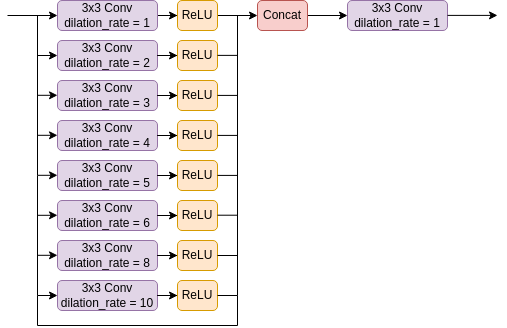
The draw.io diagram pdf/img/SPDresnet.png in LucaLumetti/CVProject, before a commit. Source tidied: cells renumbered, new cells last; positions are measured from the earlier drawing's top-left corner, leaving out a move shared by most shapes. The source it was exported from:
```xml
<mxGraphModel>
  <root>
    <mxCell id="0" />
    <mxCell id="1" parent="0" />
    <mxCell id="2" style="edgeStyle=orthogonalEdgeStyle;rounded=0;jettySize=auto;html=1;strokeWidth=1;" parent="1" edge="1" source="3" target="20">
      <mxGeometry relative="1" as="geometry" />
    </mxCell>
    <mxCell id="3" value="3x3 Conv&lt;br&gt;dilation_rate = 1" style="rounded=1;whiteSpace=wrap;html=1;fillColor=#e1d5e7;strokeColor=#9673a6;" parent="1" vertex="1">
      <mxGeometry x="50" width="100" height="30" as="geometry" />
    </mxCell>
    <mxCell id="4" value="3x3 Conv&lt;br&gt;dilation_rate = 2" style="rounded=1;whiteSpace=wrap;html=1;fillColor=#e1d5e7;strokeColor=#9673a6;" parent="1" vertex="1">
      <mxGeometry x="50" y="40" width="100" height="30" as="geometry" />
    </mxCell>
    <mxCell id="5" value="3x3 Conv&lt;br&gt;dilation_rate = 3" style="rounded=1;whiteSpace=wrap;html=1;fillColor=#e1d5e7;strokeColor=#9673a6;" parent="1" vertex="1">
      <mxGeometry x="50" y="80" width="100" height="30" as="geometry" />
    </mxCell>
    <mxCell id="6" value="3x3 Conv&lt;br&gt;dilation_rate = 4" style="rounded=1;whiteSpace=wrap;html=1;fillColor=#e1d5e7;strokeColor=#9673a6;" parent="1" vertex="1">
      <mxGeometry x="50" y="120" width="100" height="30" as="geometry" />
    </mxCell>
    <mxCell id="7" value="3x3 Conv&lt;br&gt;dilation_rate = 5" style="rounded=1;whiteSpace=wrap;html=1;fillColor=#e1d5e7;strokeColor=#9673a6;" parent="1" vertex="1">
      <mxGeometry x="50" y="160" width="100" height="30" as="geometry" />
    </mxCell>
    <mxCell id="8" value="3x3 Conv&lt;br&gt;dilation_rate = 6" style="rounded=1;whiteSpace=wrap;html=1;fillColor=#e1d5e7;strokeColor=#9673a6;" parent="1" vertex="1">
      <mxGeometry x="50" y="200" width="100" height="30" as="geometry" />
    </mxCell>
    <mxCell id="9" value="3x3 Conv&lt;br&gt;dilation_rate = 8" style="rounded=1;whiteSpace=wrap;html=1;fillColor=#e1d5e7;strokeColor=#9673a6;" parent="1" vertex="1">
      <mxGeometry x="50" y="240" width="100" height="30" as="geometry" />
    </mxCell>
    <mxCell id="10" value="3x3 Conv&lt;br&gt;dilation_rate = 10" style="rounded=1;whiteSpace=wrap;html=1;fillColor=#e1d5e7;strokeColor=#9673a6;" parent="1" vertex="1">
      <mxGeometry x="50" y="280" width="100" height="30" as="geometry" />
    </mxCell>
    <mxCell id="11" style="edgeStyle=orthogonalEdgeStyle;rounded=0;jettySize=auto;html=1;strokeWidth=1;" parent="1" edge="1" target="3">
      <mxGeometry relative="1" as="geometry">
        <mxPoint y="15" as="sourcePoint" />
      </mxGeometry>
    </mxCell>
    <mxCell id="12" style="endArrow=classic;html=1;rounded=0;strokeWidth=1;entryX=0;entryY=0.5;entryDx=0;entryDy=0;" parent="1" edge="1" target="10">
      <mxGeometry relative="1" as="geometry">
        <mxPoint x="30" y="15" as="sourcePoint" />
        <Array as="points">
          <mxPoint x="30" y="175" />
          <mxPoint x="30" y="295" />
        </Array>
      </mxGeometry>
    </mxCell>
    <mxCell id="13" style="endArrow=classic;html=1;rounded=0;strokeWidth=1;entryX=0;entryY=0.5;entryDx=0;entryDy=0;" parent="1" edge="1" target="4">
      <mxGeometry relative="1" as="geometry">
        <mxPoint x="30" y="55" as="sourcePoint" />
      </mxGeometry>
    </mxCell>
    <mxCell id="14" style="endArrow=classic;html=1;rounded=0;strokeWidth=1;entryX=0;entryY=0.5;entryDx=0;entryDy=0;" parent="1" edge="1">
      <mxGeometry relative="1" as="geometry">
        <mxPoint x="30" y="94.8" as="sourcePoint" />
        <mxPoint x="50" y="94.8" as="targetPoint" />
      </mxGeometry>
    </mxCell>
    <mxCell id="15" style="endArrow=classic;html=1;rounded=0;strokeWidth=1;entryX=0;entryY=0.5;entryDx=0;entryDy=0;" parent="1" edge="1">
      <mxGeometry relative="1" as="geometry">
        <mxPoint x="30" y="134.8" as="sourcePoint" />
        <mxPoint x="50" y="134.8" as="targetPoint" />
      </mxGeometry>
    </mxCell>
    <mxCell id="16" style="endArrow=classic;html=1;rounded=0;strokeWidth=1;entryX=0;entryY=0.5;entryDx=0;entryDy=0;" parent="1" edge="1">
      <mxGeometry relative="1" as="geometry">
        <mxPoint x="30" y="174.8" as="sourcePoint" />
        <mxPoint x="50" y="174.8" as="targetPoint" />
      </mxGeometry>
    </mxCell>
    <mxCell id="17" style="endArrow=classic;html=1;rounded=0;strokeWidth=1;entryX=0;entryY=0.5;entryDx=0;entryDy=0;" parent="1" edge="1">
      <mxGeometry relative="1" as="geometry">
        <mxPoint x="30" y="214.8" as="sourcePoint" />
        <mxPoint x="50" y="214.8" as="targetPoint" />
      </mxGeometry>
    </mxCell>
    <mxCell id="18" style="endArrow=classic;html=1;rounded=0;strokeWidth=1;entryX=0;entryY=0.5;entryDx=0;entryDy=0;" parent="1" edge="1">
      <mxGeometry relative="1" as="geometry">
        <mxPoint x="30" y="254.8" as="sourcePoint" />
        <mxPoint x="50" y="254.8" as="targetPoint" />
      </mxGeometry>
    </mxCell>
    <mxCell id="19" style="edgeStyle=orthogonalEdgeStyle;rounded=0;jettySize=auto;html=1;strokeWidth=1;" parent="1" edge="1" source="20" target="36">
      <mxGeometry relative="1" as="geometry" />
    </mxCell>
    <mxCell id="20" value="ReLU" style="rounded=1;whiteSpace=wrap;html=1;fillColor=#ffe6cc;strokeColor=#d79b00;" parent="1" vertex="1">
      <mxGeometry x="170" width="40" height="30" as="geometry" />
    </mxCell>
    <mxCell id="21" style="edgeStyle=orthogonalEdgeStyle;rounded=0;jettySize=auto;html=1;strokeWidth=1;" parent="1" edge="1" target="22">
      <mxGeometry relative="1" as="geometry">
        <mxPoint x="150" y="55" as="sourcePoint" />
      </mxGeometry>
    </mxCell>
    <mxCell id="22" value="ReLU" style="rounded=1;whiteSpace=wrap;html=1;fillColor=#ffe6cc;strokeColor=#d79b00;" parent="1" vertex="1">
      <mxGeometry x="170" y="40" width="40" height="30" as="geometry" />
    </mxCell>
    <mxCell id="23" style="edgeStyle=orthogonalEdgeStyle;rounded=0;jettySize=auto;html=1;strokeWidth=1;" parent="1" edge="1" target="24">
      <mxGeometry relative="1" as="geometry">
        <mxPoint x="150" y="95" as="sourcePoint" />
      </mxGeometry>
    </mxCell>
    <mxCell id="24" value="ReLU" style="rounded=1;whiteSpace=wrap;html=1;fillColor=#ffe6cc;strokeColor=#d79b00;" parent="1" vertex="1">
      <mxGeometry x="170" y="80" width="40" height="30" as="geometry" />
    </mxCell>
    <mxCell id="25" style="edgeStyle=orthogonalEdgeStyle;rounded=0;jettySize=auto;html=1;strokeWidth=1;" parent="1" edge="1" target="26">
      <mxGeometry relative="1" as="geometry">
        <mxPoint x="150" y="135" as="sourcePoint" />
      </mxGeometry>
    </mxCell>
    <mxCell id="26" value="ReLU" style="rounded=1;whiteSpace=wrap;html=1;fillColor=#ffe6cc;strokeColor=#d79b00;" parent="1" vertex="1">
      <mxGeometry x="170" y="120" width="40" height="30" as="geometry" />
    </mxCell>
    <mxCell id="27" style="edgeStyle=orthogonalEdgeStyle;rounded=0;jettySize=auto;html=1;strokeWidth=1;" parent="1" edge="1" target="28">
      <mxGeometry relative="1" as="geometry">
        <mxPoint x="150" y="175" as="sourcePoint" />
      </mxGeometry>
    </mxCell>
    <mxCell id="28" value="ReLU" style="rounded=1;whiteSpace=wrap;html=1;fillColor=#ffe6cc;strokeColor=#d79b00;" parent="1" vertex="1">
      <mxGeometry x="170" y="160" width="40" height="30" as="geometry" />
    </mxCell>
    <mxCell id="29" style="edgeStyle=orthogonalEdgeStyle;rounded=0;jettySize=auto;html=1;strokeWidth=1;" parent="1" edge="1" target="30">
      <mxGeometry relative="1" as="geometry">
        <mxPoint x="150" y="215" as="sourcePoint" />
      </mxGeometry>
    </mxCell>
    <mxCell id="30" value="ReLU" style="rounded=1;whiteSpace=wrap;html=1;fillColor=#ffe6cc;strokeColor=#d79b00;" parent="1" vertex="1">
      <mxGeometry x="170" y="200" width="40" height="30" as="geometry" />
    </mxCell>
    <mxCell id="31" style="edgeStyle=orthogonalEdgeStyle;rounded=0;jettySize=auto;html=1;strokeWidth=1;" parent="1" edge="1" target="32">
      <mxGeometry relative="1" as="geometry">
        <mxPoint x="150" y="255" as="sourcePoint" />
      </mxGeometry>
    </mxCell>
    <mxCell id="32" value="ReLU" style="rounded=1;whiteSpace=wrap;html=1;fillColor=#ffe6cc;strokeColor=#d79b00;" parent="1" vertex="1">
      <mxGeometry x="170" y="240" width="40" height="30" as="geometry" />
    </mxCell>
    <mxCell id="33" style="edgeStyle=orthogonalEdgeStyle;rounded=0;jettySize=auto;html=1;strokeWidth=1;" parent="1" edge="1" target="34">
      <mxGeometry relative="1" as="geometry">
        <mxPoint x="150" y="295" as="sourcePoint" />
      </mxGeometry>
    </mxCell>
    <mxCell id="34" value="ReLU" style="rounded=1;whiteSpace=wrap;html=1;fillColor=#ffe6cc;strokeColor=#d79b00;" parent="1" vertex="1">
      <mxGeometry x="170" y="280" width="40" height="30" as="geometry" />
    </mxCell>
    <mxCell id="35" style="edgeStyle=orthogonalEdgeStyle;rounded=0;jettySize=auto;html=1;entryX=0;entryY=0.5;entryDx=0;entryDy=0;strokeWidth=1;" parent="1" edge="1" source="36" target="44">
      <mxGeometry relative="1" as="geometry" />
    </mxCell>
    <mxCell id="36" value="Concat" style="rounded=1;whiteSpace=wrap;html=1;fillColor=#f8cecc;strokeColor=#b85450;" parent="1" vertex="1">
      <mxGeometry x="250" width="50" height="30" as="geometry" />
    </mxCell>
    <mxCell id="37" style="endArrow=none;html=1;rounded=0;strokeWidth=1;exitX=1;exitY=0.5;exitDx=0;exitDy=0;" parent="1" edge="1" source="34">
      <mxGeometry relative="1" as="geometry">
        <mxPoint x="230" y="15" as="targetPoint" />
        <Array as="points">
          <mxPoint x="230" y="295" />
        </Array>
      </mxGeometry>
    </mxCell>
    <mxCell id="38" style="endArrow=none;html=1;rounded=0;strokeWidth=1;exitX=1;exitY=0.5;exitDx=0;exitDy=0;" parent="1" edge="1" source="32">
      <mxGeometry relative="1" as="geometry">
        <mxPoint x="230" y="255" as="targetPoint" />
      </mxGeometry>
    </mxCell>
    <mxCell id="39" style="endArrow=none;html=1;rounded=0;strokeWidth=1;exitX=1;exitY=0.5;exitDx=0;exitDy=0;" parent="1" edge="1">
      <mxGeometry relative="1" as="geometry">
        <mxPoint x="210" y="214.7" as="sourcePoint" />
        <mxPoint x="230" y="214.7" as="targetPoint" />
      </mxGeometry>
    </mxCell>
    <mxCell id="40" style="endArrow=none;html=1;rounded=0;strokeWidth=1;exitX=1;exitY=0.5;exitDx=0;exitDy=0;" parent="1" edge="1">
      <mxGeometry relative="1" as="geometry">
        <mxPoint x="210" y="174.9" as="sourcePoint" />
        <mxPoint x="230" y="174.9" as="targetPoint" />
      </mxGeometry>
    </mxCell>
    <mxCell id="41" style="endArrow=none;html=1;rounded=0;strokeWidth=1;exitX=1;exitY=0.5;exitDx=0;exitDy=0;" parent="1" edge="1">
      <mxGeometry relative="1" as="geometry">
        <mxPoint x="210" y="134.9" as="sourcePoint" />
        <mxPoint x="230" y="134.9" as="targetPoint" />
      </mxGeometry>
    </mxCell>
    <mxCell id="42" style="endArrow=none;html=1;rounded=0;strokeWidth=1;exitX=1;exitY=0.5;exitDx=0;exitDy=0;" parent="1" edge="1">
      <mxGeometry relative="1" as="geometry">
        <mxPoint x="210" y="94.9" as="sourcePoint" />
        <mxPoint x="230" y="94.9" as="targetPoint" />
      </mxGeometry>
    </mxCell>
    <mxCell id="43" style="endArrow=none;html=1;rounded=0;strokeWidth=1;exitX=1;exitY=0.5;exitDx=0;exitDy=0;" parent="1" edge="1">
      <mxGeometry relative="1" as="geometry">
        <mxPoint x="210" y="54.9" as="sourcePoint" />
        <mxPoint x="230" y="54.9" as="targetPoint" />
      </mxGeometry>
    </mxCell>
    <mxCell id="44" value="3x3 Conv&lt;br&gt;dilation_rate = 1" style="rounded=1;whiteSpace=wrap;html=1;fillColor=#e1d5e7;strokeColor=#9673a6;" parent="1" vertex="1">
      <mxGeometry x="340" width="100" height="30" as="geometry" />
    </mxCell>
    <mxCell id="45" style="edgeStyle=orthogonalEdgeStyle;rounded=0;orthogonalLoop=1;jettySize=auto;html=1;strokeWidth=1;" parent="1" edge="1">
      <mxGeometry relative="1" as="geometry">
        <mxPoint x="440" y="14.9" as="sourcePoint" />
        <mxPoint x="490" y="14.9" as="targetPoint" />
      </mxGeometry>
    </mxCell>
    <mxCell id="46" style="endArrow=none;html=1;rounded=0;fontSize=8;endFill=0;" parent="1" edge="1">
      <mxGeometry relative="1" as="geometry">
        <mxPoint x="30" y="295" as="sourcePoint" />
        <mxPoint x="230" y="295" as="targetPoint" />
        <Array as="points">
          <mxPoint x="30" y="325" />
          <mxPoint x="230" y="325" />
        </Array>
      </mxGeometry>
    </mxCell>
  </root>
</mxGraphModel>
```
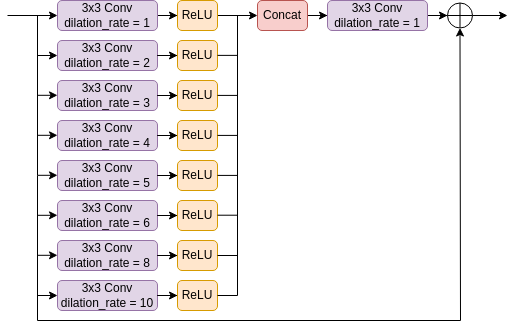
The same file after the commit.

Diff of the diagram source:
```diff
@@ -140,7 +140,7 @@
     <mxCell id="34" value="ReLU" style="rounded=1;whiteSpace=wrap;html=1;fillColor=#ffe6cc;strokeColor=#d79b00;" parent="1" vertex="1">
       <mxGeometry x="170" y="280" width="40" height="30" as="geometry" />
     </mxCell>
-    <mxCell id="35" style="edgeStyle=orthogonalEdgeStyle;rounded=0;jettySize=auto;html=1;entryX=0;entryY=0.5;entryDx=0;entryDy=0;strokeWidth=1;" parent="1" edge="1" source="36" target="44">
+    <mxCell id="35" style="edgeStyle=orthogonalEdgeStyle;rounded=0;jettySize=auto;html=1;entryX=0;entryY=0.5;entryDx=0;entryDy=0;strokeWidth=1;" parent="1" edge="1" source="36" target="45">
       <mxGeometry relative="1" as="geometry" />
     </mxCell>
     <mxCell id="36" value="Concat" style="rounded=1;whiteSpace=wrap;html=1;fillColor=#f8cecc;strokeColor=#b85450;" parent="1" vertex="1">
@@ -189,24 +189,28 @@
         <mxPoint x="230" y="54.9" as="targetPoint" />
       </mxGeometry>
     </mxCell>
-    <mxCell id="44" value="3x3 Conv&lt;br&gt;dilation_rate = 1" style="rounded=1;whiteSpace=wrap;html=1;fillColor=#e1d5e7;strokeColor=#9673a6;" parent="1" vertex="1">
-      <mxGeometry x="340" width="100" height="30" as="geometry" />
+    <mxCell id="44" style="edgeStyle=orthogonalEdgeStyle;rounded=0;jettySize=auto;html=1;entryX=0;entryY=0.5;entryDx=0;entryDy=0;entryPerimeter=0;" parent="1" edge="1" source="45" target="47">
+      <mxGeometry relative="1" as="geometry" />
     </mxCell>
-    <mxCell id="45" style="edgeStyle=orthogonalEdgeStyle;rounded=0;orthogonalLoop=1;jettySize=auto;html=1;strokeWidth=1;" parent="1" edge="1">
-      <mxGeometry relative="1" as="geometry">
-        <mxPoint x="440" y="14.9" as="sourcePoint" />
-        <mxPoint x="490" y="14.9" as="targetPoint" />
-      </mxGeometry>
+    <mxCell id="45" value="3x3 Conv&lt;br&gt;dilation_rate = 1" style="rounded=1;whiteSpace=wrap;html=1;fillColor=#e1d5e7;strokeColor=#9673a6;" parent="1" vertex="1">
+      <mxGeometry x="320" width="100" height="30" as="geometry" />
     </mxCell>
-    <mxCell id="46" style="endArrow=none;html=1;rounded=0;fontSize=8;endFill=0;" parent="1" edge="1">
+    <mxCell id="46" style="edgeStyle=orthogonalEdgeStyle;rounded=0;jettySize=auto;html=1;" parent="1" edge="1" source="47">
       <mxGeometry relative="1" as="geometry">
-        <mxPoint x="30" y="295" as="sourcePoint" />
-        <mxPoint x="230" y="295" as="targetPoint" />
-        <Array as="points">
-          <mxPoint x="30" y="325" />
-          <mxPoint x="230" y="325" />
-        </Array>
+        <mxPoint x="500" y="15" as="targetPoint" />
       </mxGeometry>
     </mxCell>
+    <mxCell id="47" style="verticalLabelPosition=bottom;verticalAlign=top;html=1;shape=mxgraph.flowchart.summing_function;" parent="1" vertex="1">
+      <mxGeometry x="440" y="2.5" width="25" height="25" as="geometry" />
+    </mxCell>
+    <mxCell id="48" style="endArrow=classic;html=1;rounded=0;entryX=0.5;entryY=1;entryDx=0;entryDy=0;entryPerimeter=0;" parent="1" edge="1" target="47">
+      <mxGeometry relative="1" as="geometry">
+        <mxPoint x="30" y="290" as="sourcePoint" />
+        <Array as="points">
+          <mxPoint x="30" y="320" />
+          <mxPoint x="453" y="320" />
+        </Array>
+      </mxGeometry>
+    </mxCell>
   </root>
 </mxGraphModel>
```
